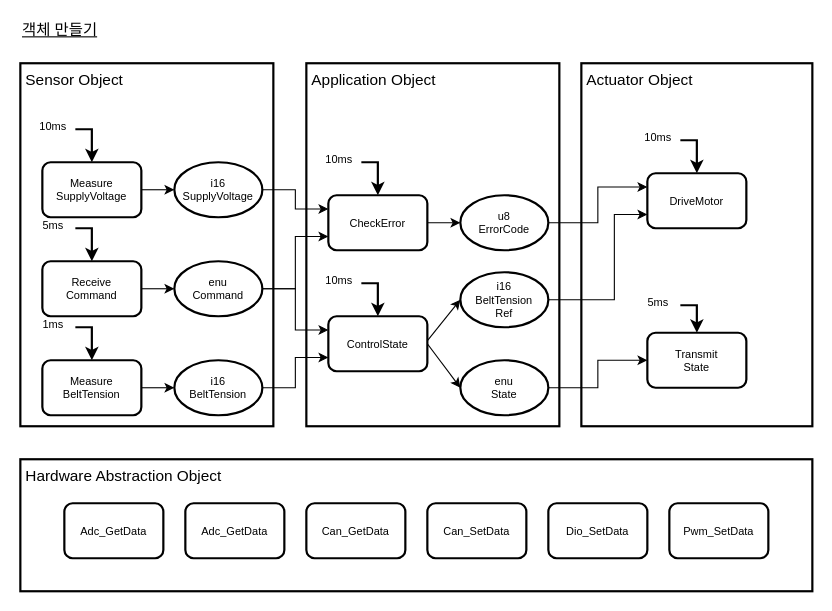
Before: page "MoBeE_OODesign" (3 of 11) of docs/images/ModularProgramming.drawio in gunbbang3/subpagetest, a draw.io diagram. Source tidied: cells renumbered, new cells numbered last; positions are measured from the earlier drawing's top-left corner, leaving out a move shared by most shapes. Both pictures are drawn from the tidied source at 110%, with x=0, y=0 at pixel (20, 19).
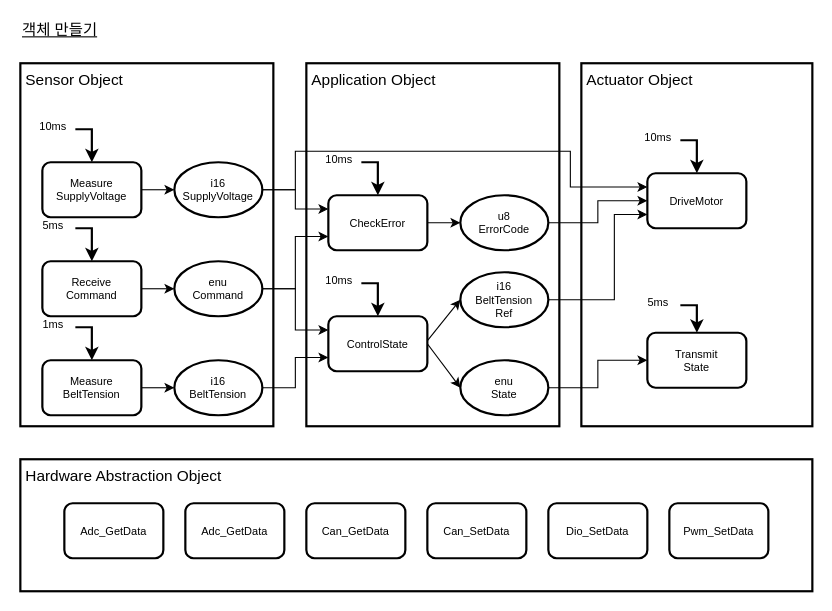
Above is the later version.

The change refers to these unchanged cells:
```xml
<mxCell id="30" value="i16&lt;br&gt;SupplyVoltage" style="ellipse;whiteSpace=wrap;html=1;strokeWidth=2;fontFamily=Arial Unicode MS;fontSize=10;align=center;" parent="11" vertex="1">
  <mxGeometry x="140" y="90" width="80" height="50" as="geometry" />
</mxCell>
<mxCell id="34" value="u8&lt;br&gt;ErrorCode" style="ellipse;whiteSpace=wrap;html=1;strokeWidth=2;fontFamily=Arial Unicode MS;fontSize=10;align=center;" parent="31" vertex="1">
  <mxGeometry x="140" y="120" width="80" height="50" as="geometry" />
</mxCell>
<mxCell id="50" value="DriveMotor" style="rounded=1;whiteSpace=wrap;html=1;fontFamily=Arial Unicode MS;fontSize=10;strokeWidth=2;" parent="49" vertex="1">
  <mxGeometry x="10" y="40" width="90" height="50" as="geometry" />
</mxCell>
```

The edit, as a diff of the source:
```diff
@@
-    <mxCell id="61" style="edgeStyle=orthogonalEdgeStyle;rounded=0;jettySize=auto;html=1;exitX=1;exitY=0.5;exitDx=0;exitDy=0;entryX=0;entryY=0.25;entryDx=0;entryDy=0;" parent="1" edge="1" source="34" target="50">
+    <mxCell id="61" style="edgeStyle=orthogonalEdgeStyle;rounded=0;jettySize=auto;html=1;exitX=1;exitY=0.5;exitDx=0;exitDy=0;entryX=0;entryY=0.5;entryDx=0;entryDy=0;" parent="1" edge="1" source="34" target="50">
       <mxGeometry relative="1" as="geometry" />
     </mxCell>
@@
+    <mxCell id="64" style="edgeStyle=orthogonalEdgeStyle;rounded=0;jettySize=auto;html=1;exitX=1;exitY=0.5;exitDx=0;exitDy=0;entryX=0;entryY=0.25;entryDx=0;entryDy=0;" parent="1" edge="1" source="30" target="50">
+      <mxGeometry relative="1" as="geometry">
+        <Array as="points">
+          <mxPoint x="250" y="155" />
+          <mxPoint x="250" y="120" />
+          <mxPoint x="500" y="120" />
+          <mxPoint x="500" y="153" />
+        </Array>
+      </mxGeometry>
+    </mxCell>
```
